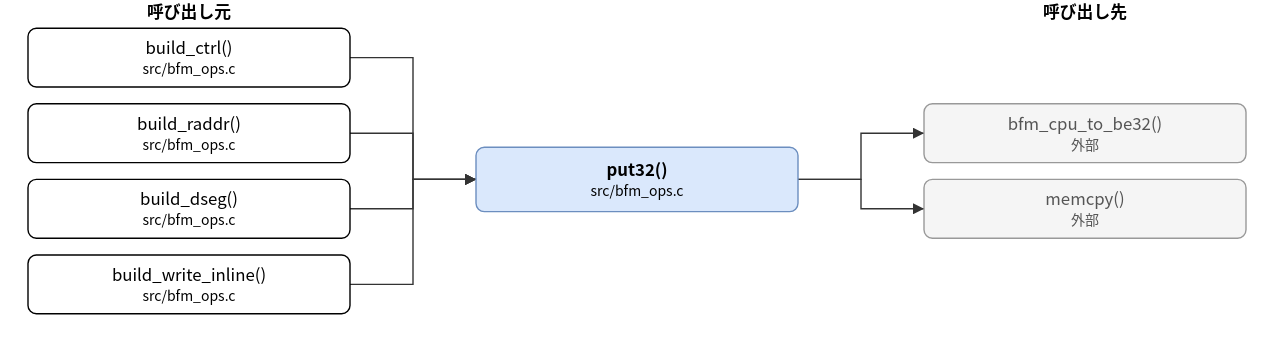
hf355051012-ai/bfmem keeps this draw.io diagram as doc/spec/images/call_src_bfm_ops__put32.drawio.svg. Above is the earlier version. Source tidied: cells renumbered, new cells last; positions are measured from the earlier drawing's top-left corner, leaving out a move shared by most shapes.
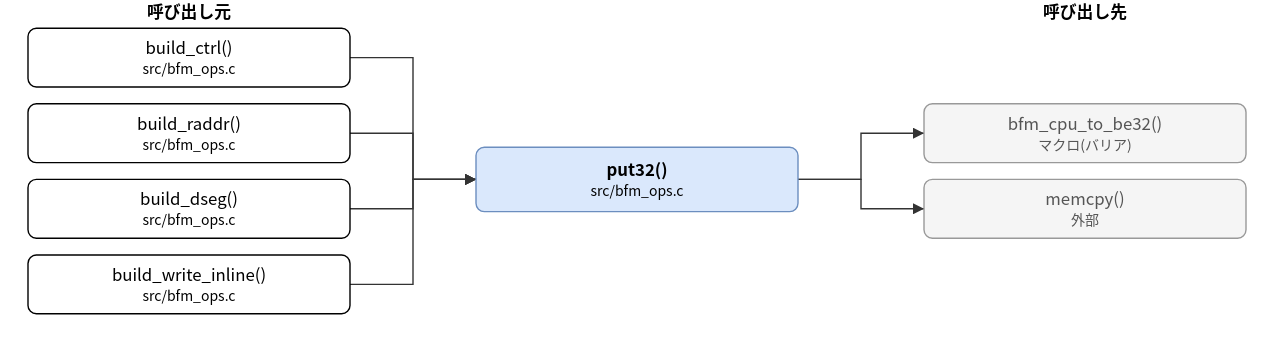
The same diagram one commit later.

Change to the diagram source:
```diff
@@ -17,7 +17,7 @@
     <mxCell id="6" value="build_write_inline()&lt;br&gt;&lt;font style=&quot;font-size:10px&quot;&gt;src/bfm_ops.c&lt;/font&gt;" style="rounded=1;whiteSpace=wrap;html=1;" parent="1" vertex="1">
       <mxGeometry y="182" width="230" height="42" as="geometry" />
     </mxCell>
-    <mxCell id="7" value="bfm_cpu_to_be32()&lt;br&gt;&lt;font style=&quot;font-size:10px&quot;&gt;外部&lt;/font&gt;" style="rounded=1;whiteSpace=wrap;html=1;fillColor=#f5f5f5;strokeColor=#999999;fontColor=#555555;" parent="1" vertex="1">
+    <mxCell id="7" value="bfm_cpu_to_be32()&lt;br&gt;&lt;font style=&quot;font-size:10px&quot;&gt;マクロ(バリア)&lt;/font&gt;" style="rounded=1;whiteSpace=wrap;html=1;fillColor=#f5f5f5;strokeColor=#999999;fontColor=#555555;" parent="1" vertex="1">
       <mxGeometry x="640" y="74" width="230" height="42" as="geometry" />
     </mxCell>
     <mxCell id="8" value="memcpy()&lt;br&gt;&lt;font style=&quot;font-size:10px&quot;&gt;外部&lt;/font&gt;" style="rounded=1;whiteSpace=wrap;html=1;fillColor=#f5f5f5;strokeColor=#999999;fontColor=#555555;" parent="1" vertex="1">
```
